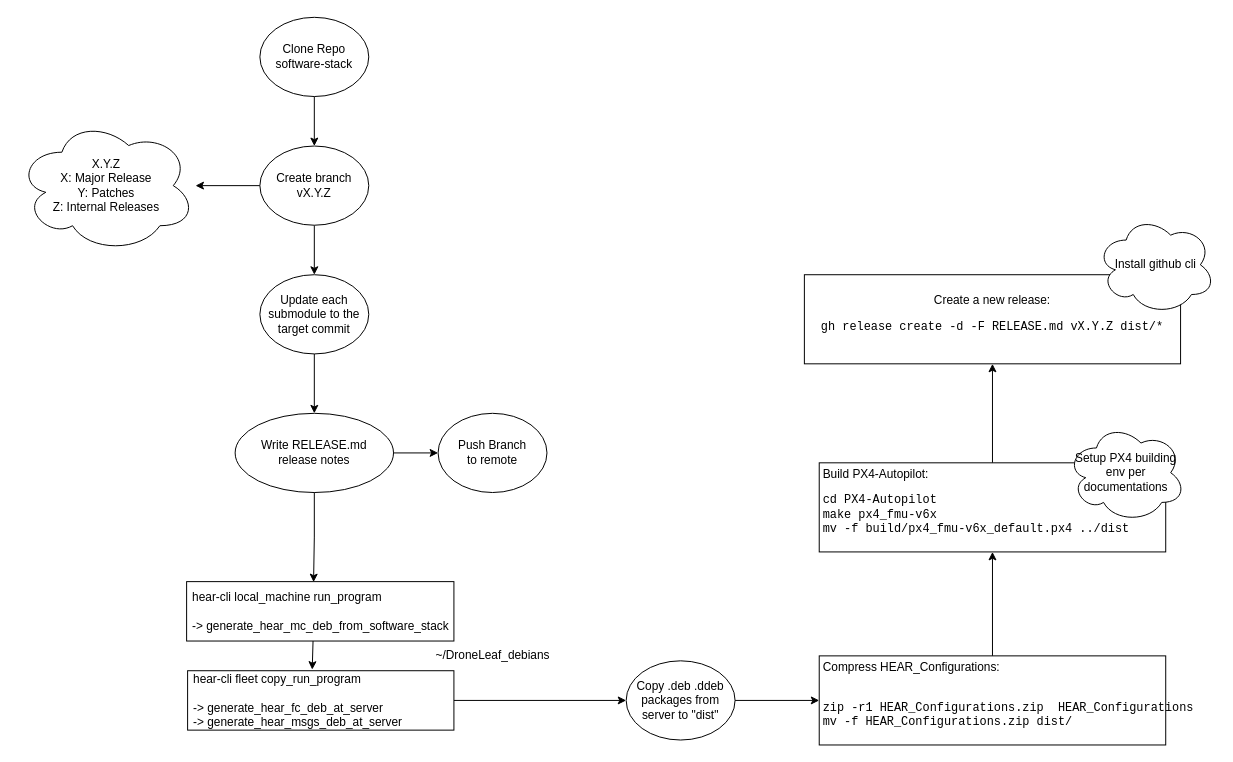
DroneLeaf/HEAR_wiki keeps this draw.io diagram as media/ReleasingWorkflow.drawio. Above is the earlier version. Source tidied: cells renumbered, new cells numbered last; positions are measured from the earlier drawing's top-left corner, leaving out a move shared by most shapes. Both pictures are drawn from the tidied source at 99%, with x=0, y=0 at pixel (17, 17).
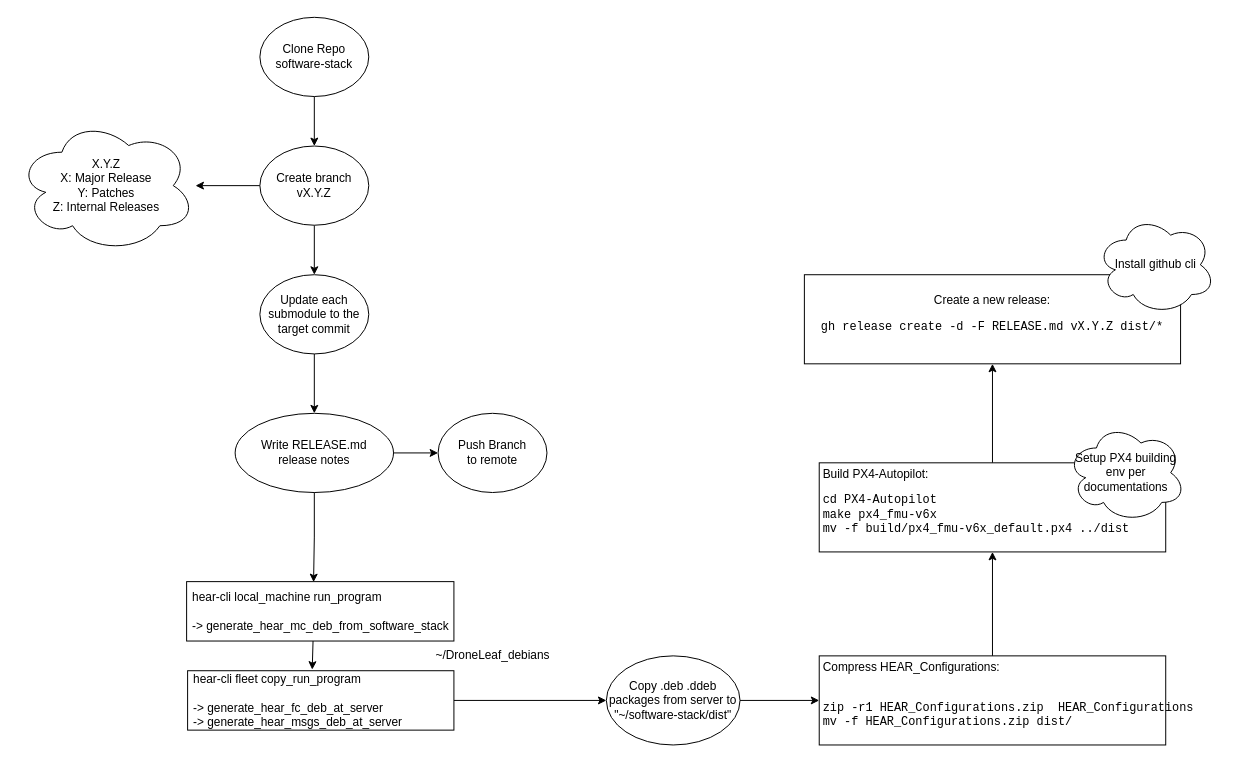
After the change.

Commit message (it also covers changes not shown here):
Updated workflow graphs

Diff of the diagram source:
```diff
@@
-    <mxCell id="20" value="Copy .deb .ddeb packages from server to &quot;dist&quot;" style="ellipse;whiteSpace=wrap;html=1;" parent="1" vertex="1">
-      <mxGeometry x="615" y="650" width="110" height="80" as="geometry" />
+    <mxCell id="20" value="Copy .deb .ddeb packages from server to &quot;~/software-stack/dist&quot;" style="ellipse;whiteSpace=wrap;html=1;" parent="1" vertex="1">
+      <mxGeometry x="595" y="645" width="135" height="90" as="geometry" />
     </mxCell>
```
